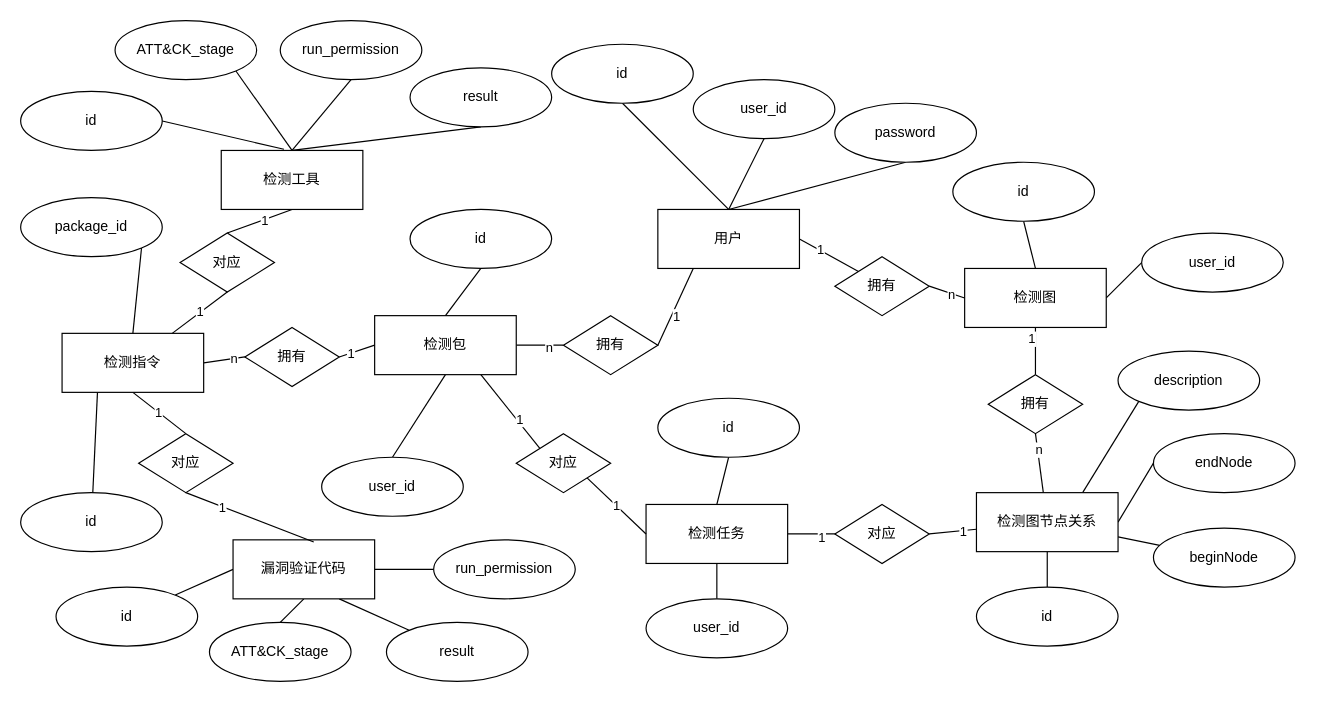
Niujieheng/GitHub_Jul keeps this draw.io diagram as 数据库.drawio. Above is the earlier version. Source tidied: cells renumbered, new cells numbered last; positions are measured from the earlier drawing's top-left corner, leaving out a move shared by most shapes. Both pictures are drawn from the tidied source at 118%, with x=0, y=0 at pixel (20, 20).
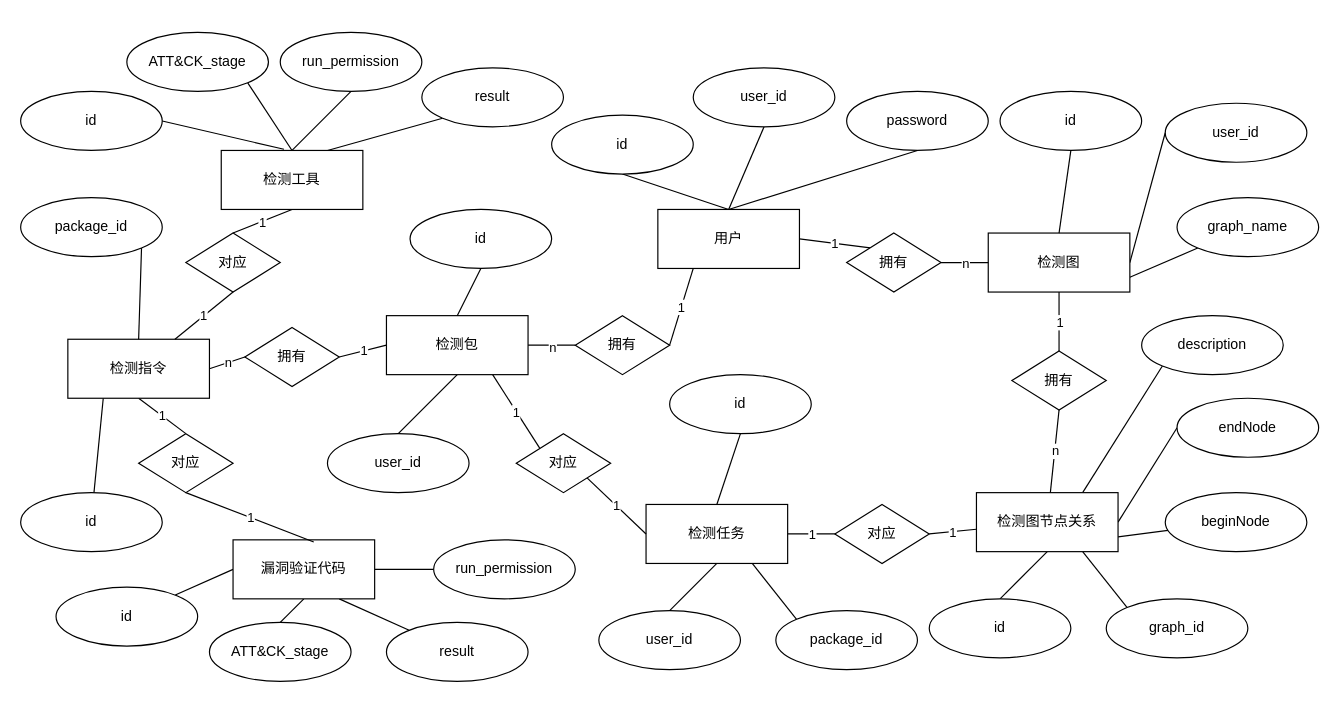
The same diagram, later.

Commit message (it also covers changes not shown here):
更新数据库.drawio

The change refers to these unchanged cells:
```xml
<mxCell id="2" style="edgeStyle=none;shape=connector;rounded=0;jettySize=auto;html=1;exitX=0.5;exitY=1;exitDx=0;exitDy=0;entryX=0.5;entryY=0;entryDx=0;entryDy=0;labelBackgroundColor=default;strokeColor=default;fontFamily=Helvetica;fontSize=11;fontColor=default;endArrow=none;endFill=0;" parent="1" edge="1" source="4" target="78">
  <mxGeometry relative="1" as="geometry" />
</mxCell>
<mxCell id="4" value="检测工具" style="rounded=0;whiteSpace=wrap;html=1;" parent="1" vertex="1">
  <mxGeometry x="170" y="110" width="120" height="50" as="geometry" />
</mxCell>
<mxCell id="6" style="edgeStyle=none;shape=connector;rounded=0;jettySize=auto;html=1;exitX=1;exitY=0.5;exitDx=0;exitDy=0;entryX=0;entryY=0.5;entryDx=0;entryDy=0;labelBackgroundColor=default;strokeColor=default;fontFamily=Helvetica;fontSize=11;fontColor=default;endArrow=none;endFill=0;" parent="1" edge="1" source="9" target="81">
  <mxGeometry relative="1" as="geometry" />
</mxCell>
<mxCell id="16" style="edgeStyle=none;shape=connector;rounded=0;jettySize=auto;html=1;exitX=1;exitY=0.5;exitDx=0;exitDy=0;entryX=0;entryY=0.5;entryDx=0;entryDy=0;labelBackgroundColor=default;strokeColor=default;fontFamily=Helvetica;fontSize=11;fontColor=default;endArrow=none;endFill=0;" parent="1" edge="1" source="20" target="84">
  <mxGeometry relative="1" as="geometry" />
</mxCell>
<mxCell id="18" style="edgeStyle=none;shape=connector;rounded=0;jettySize=auto;html=1;exitX=0.75;exitY=1;exitDx=0;exitDy=0;entryX=0;entryY=0;entryDx=0;entryDy=0;labelBackgroundColor=default;strokeColor=default;fontFamily=Helvetica;fontSize=11;fontColor=default;endArrow=none;endFill=0;" parent="1" edge="1" source="20" target="54">
  <mxGeometry relative="1" as="geometry" />
</mxCell>
<mxCell id="21" style="edgeStyle=none;shape=connector;rounded=0;jettySize=auto;html=1;exitX=1;exitY=0.5;exitDx=0;exitDy=0;entryX=0;entryY=0;entryDx=0;entryDy=0;labelBackgroundColor=default;strokeColor=default;fontFamily=Helvetica;fontSize=11;fontColor=default;endArrow=none;endFill=0;" parent="1" edge="1" source="23" target="63">
  <mxGeometry relative="1" as="geometry" />
</mxCell>
<mxCell id="25" style="edgeStyle=none;shape=connector;rounded=0;jettySize=auto;html=1;exitX=1;exitY=0.5;exitDx=0;exitDy=0;entryX=0;entryY=0.5;entryDx=0;entryDy=0;labelBackgroundColor=default;strokeColor=default;fontFamily=Helvetica;fontSize=11;fontColor=default;endArrow=none;endFill=0;" parent="1" edge="1" source="27" target="87">
  <mxGeometry relative="1" as="geometry" />
</mxCell>
<mxCell id="27" value="检测任务" style="rounded=0;whiteSpace=wrap;html=1;" parent="1" vertex="1">
  <mxGeometry x="530" y="410" width="120" height="50" as="geometry" />
</mxCell>
<mxCell id="32" value="检测图节点关系" style="rounded=0;whiteSpace=wrap;html=1;" parent="1" vertex="1">
  <mxGeometry x="810" y="400" width="120" height="50" as="geometry" />
</mxCell>
<mxCell id="33" style="edgeStyle=none;shape=connector;rounded=0;jettySize=auto;html=1;exitX=0.5;exitY=1;exitDx=0;exitDy=0;entryX=0.5;entryY=0;entryDx=0;entryDy=0;labelBackgroundColor=default;strokeColor=default;fontFamily=Helvetica;fontSize=11;fontColor=default;endArrow=none;endFill=0;" parent="1" edge="1" source="36" target="90">
  <mxGeometry relative="1" as="geometry" />
</mxCell>
<mxCell id="55" style="edgeStyle=none;shape=connector;rounded=0;jettySize=auto;html=1;exitX=0.5;exitY=1;exitDx=0;exitDy=0;entryX=0.57;entryY=0.036;entryDx=0;entryDy=0;entryPerimeter=0;labelBackgroundColor=default;strokeColor=default;fontFamily=Helvetica;fontSize=11;fontColor=default;endArrow=none;endFill=0;" parent="1" edge="1" source="57" target="14">
  <mxGeometry relative="1" as="geometry" />
</mxCell>
<mxCell id="61" style="edgeStyle=none;shape=connector;rounded=0;jettySize=auto;html=1;exitX=1;exitY=0.5;exitDx=0;exitDy=0;entryX=0;entryY=0.5;entryDx=0;entryDy=0;labelBackgroundColor=default;strokeColor=default;fontFamily=Helvetica;fontSize=11;fontColor=default;endArrow=none;endFill=0;" parent="1" edge="1" source="63" target="36">
  <mxGeometry relative="1" as="geometry" />
</mxCell>
<mxCell id="79" style="edgeStyle=none;shape=connector;rounded=0;jettySize=auto;html=1;exitX=1;exitY=0.5;exitDx=0;exitDy=0;entryX=0;entryY=0.5;entryDx=0;entryDy=0;labelBackgroundColor=default;strokeColor=default;fontFamily=Helvetica;fontSize=11;fontColor=default;endArrow=none;endFill=0;" parent="1" edge="1" source="81" target="20">
  <mxGeometry relative="1" as="geometry" />
</mxCell>
<mxCell id="82" style="edgeStyle=none;shape=connector;rounded=0;jettySize=auto;html=1;exitX=1;exitY=0.5;exitDx=0;exitDy=0;entryX=0.25;entryY=1;entryDx=0;entryDy=0;labelBackgroundColor=default;strokeColor=default;fontFamily=Helvetica;fontSize=11;fontColor=default;endArrow=none;endFill=0;" parent="1" edge="1" source="84" target="23">
  <mxGeometry relative="1" as="geometry" />
</mxCell>
<mxCell id="85" style="edgeStyle=none;shape=connector;rounded=0;jettySize=auto;html=1;exitX=1;exitY=0.5;exitDx=0;exitDy=0;labelBackgroundColor=default;strokeColor=default;fontFamily=Helvetica;fontSize=11;fontColor=default;endArrow=none;endFill=0;" parent="1" edge="1" source="87" target="32">
  <mxGeometry relative="1" as="geometry" />
</mxCell>
<mxCell id="88" style="edgeStyle=none;shape=connector;rounded=0;jettySize=auto;html=1;exitX=0.5;exitY=1;exitDx=0;exitDy=0;labelBackgroundColor=default;strokeColor=default;fontFamily=Helvetica;fontSize=11;fontColor=default;endArrow=none;endFill=0;" parent="1" edge="1" source="90" target="32">
  <mxGeometry relative="1" as="geometry" />
</mxCell>
```

The edit, as a diff of the source:
```diff
@@
     <mxCell id="3" value="1" style="edgeLabel;html=1;align=center;verticalAlign=middle;fontSize=11;fontFamily=Helvetica;fontColor=default;" parent="2" vertex="1">
-      <mxGeometry x="-0.13" y="1" relative="1" as="geometry" />
+      <mxGeometry relative="1" as="geometry" />
     </mxCell>
@@
     <mxCell id="7" value="n" style="edgeLabel;html=1;align=center;verticalAlign=middle;fontSize=11;fontFamily=Helvetica;fontColor=default;" parent="6" vertex="1">
-      <mxGeometry x="0.45" relative="1" as="geometry" />
+      <mxGeometry relative="1" as="geometry" />
     </mxCell>
@@
     <mxCell id="9" value="检测指令" style="rounded=0;whiteSpace=wrap;html=1;" parent="1" vertex="1">
-      <mxGeometry x="35.1" y="265" width="120" height="50" as="geometry" />
+      <mxGeometry x="40" y="270" width="120" height="50" as="geometry" />
     </mxCell>
@@
     <mxCell id="17" value="n" style="edgeLabel;html=1;align=center;verticalAlign=middle;fontSize=11;fontFamily=Helvetica;fontColor=default;" parent="16" vertex="1">
-      <mxGeometry x="0.35" relative="1" as="geometry">
+      <mxGeometry relative="1" as="geometry">
         <mxPoint y="1" as="offset" />
       </mxGeometry>
     </mxCell>
@@
     <mxCell id="19" value="1" style="edgeLabel;html=1;align=center;verticalAlign=middle;fontSize=11;fontFamily=Helvetica;fontColor=default;" parent="18" vertex="1">
-      <mxGeometry x="0.24" y="2" relative="1" as="geometry" />
+      <mxGeometry relative="1" as="geometry" />
     </mxCell>
     <mxCell id="20" value="检测包" style="rounded=0;whiteSpace=wrap;html=1;" parent="1" vertex="1">
-      <mxGeometry x="300" y="250" width="120" height="50" as="geometry" />
+      <mxGeometry x="310" y="250" width="120" height="50" as="geometry" />
     </mxCell>
@@
     <mxCell id="22" value="1" style="edgeLabel;html=1;align=center;verticalAlign=middle;fontSize=11;fontFamily=Helvetica;fontColor=default;" parent="21" vertex="1">
-      <mxGeometry x="-0.34" y="1" relative="1" as="geometry" />
+      <mxGeometry relative="1" as="geometry" />
     </mxCell>
@@
     <mxCell id="26" value="1" style="edgeLabel;html=1;align=center;verticalAlign=middle;fontSize=11;fontFamily=Helvetica;fontColor=default;" parent="25" vertex="1">
-      <mxGeometry x="0.38" y="-2" relative="1" as="geometry" />
+      <mxGeometry relative="1" as="geometry" />
     </mxCell>
+    <mxCell id="93" style="edgeStyle=none;shape=connector;rounded=0;jettySize=auto;html=1;exitX=0.75;exitY=1;exitDx=0;exitDy=0;entryX=0;entryY=0;entryDx=0;entryDy=0;labelBackgroundColor=default;strokeColor=default;fontFamily=Helvetica;fontSize=11;fontColor=default;endArrow=none;endFill=0;" parent="1" edge="1" source="27" target="96">
+      <mxGeometry relative="1" as="geometry" />
+    </mxCell>
@@
+    <mxCell id="94" style="edgeStyle=none;shape=connector;rounded=0;jettySize=auto;html=1;exitX=0.75;exitY=1;exitDx=0;exitDy=0;entryX=0;entryY=0;entryDx=0;entryDy=0;labelBackgroundColor=default;strokeColor=default;fontFamily=Helvetica;fontSize=11;fontColor=default;endArrow=none;endFill=0;" parent="1" edge="1" source="32" target="97">
+      <mxGeometry relative="1" as="geometry" />
+    </mxCell>
@@
     <mxCell id="34" value="1" style="edgeLabel;html=1;align=center;verticalAlign=middle;fontSize=11;fontFamily=Helvetica;fontColor=default;" parent="33" vertex="1">
-      <mxGeometry x="-0.55" y="-4" relative="1" as="geometry" />
+      <mxGeometry relative="1" as="geometry" />
     </mxCell>
@@
+    <mxCell id="95" style="edgeStyle=none;shape=connector;rounded=0;jettySize=auto;html=1;exitX=1;exitY=0.75;exitDx=0;exitDy=0;entryX=0;entryY=1;entryDx=0;entryDy=0;labelBackgroundColor=default;strokeColor=default;fontFamily=Helvetica;fontSize=11;fontColor=default;endArrow=none;endFill=0;" parent="1" edge="1" source="36" target="98">
+      <mxGeometry relative="1" as="geometry" />
+    </mxCell>
     <mxCell id="36" value="检测图" style="rounded=0;whiteSpace=wrap;html=1;" parent="1" vertex="1">
-      <mxGeometry x="800" y="210" width="120" height="50" as="geometry" />
+      <mxGeometry x="820" y="180" width="120" height="50" as="geometry" />
     </mxCell>
@@
     <mxCell id="40" value="run_permission" style="ellipse;whiteSpace=wrap;html=1;" parent="1" vertex="1">
-      <mxGeometry x="220" width="120" height="50" as="geometry" />
+      <mxGeometry x="220" y="10" width="120" height="50" as="geometry" />
     </mxCell>
@@
     <mxCell id="42" value="ATT&amp;amp;CK_stage" style="ellipse;whiteSpace=wrap;html=1;" parent="1" vertex="1">
-      <mxGeometry x="80" width="120" height="50" as="geometry" />
+      <mxGeometry x="90" y="10" width="120" height="50" as="geometry" />
     </mxCell>
-    <mxCell id="43" style="edgeStyle=none;shape=connector;rounded=0;jettySize=auto;html=1;exitX=0.5;exitY=1;exitDx=0;exitDy=0;labelBackgroundColor=default;strokeColor=default;fontFamily=Helvetica;fontSize=11;fontColor=default;endArrow=none;endFill=0;entryX=0.5;entryY=0;entryDx=0;entryDy=0;" parent="1" edge="1" source="44" target="4">
+    <mxCell id="43" style="edgeStyle=none;shape=connector;rounded=0;jettySize=auto;html=1;exitX=0;exitY=1;exitDx=0;exitDy=0;entryX=0.75;entryY=0;entryDx=0;entryDy=0;labelBackgroundColor=default;strokeColor=default;fontFamily=Helvetica;fontSize=11;fontColor=default;endArrow=none;endFill=0;" parent="1" edge="1" source="44" target="4">
       <mxGeometry relative="1" as="geometry" />
     </mxCell>
     <mxCell id="44" value="result" style="ellipse;whiteSpace=wrap;html=1;" parent="1" vertex="1">
-      <mxGeometry x="330" y="40" width="120" height="50" as="geometry" />
+      <mxGeometry x="340" y="40" width="120" height="50" as="geometry" />
     </mxCell>
@@
     <mxCell id="56" value="1" style="edgeLabel;html=1;align=center;verticalAlign=middle;fontSize=11;fontFamily=Helvetica;fontColor=default;" parent="55" vertex="1">
-      <mxGeometry x="-0.44" y="-1" relative="1" as="geometry" />
+      <mxGeometry relative="1" as="geometry" />
     </mxCell>
@@
     <mxCell id="59" value="id" style="ellipse;whiteSpace=wrap;html=1;" parent="1" vertex="1">
-      <mxGeometry x="540" y="320" width="120" height="50" as="geometry" />
+      <mxGeometry x="550" y="300" width="120" height="50" as="geometry" />
     </mxCell>
@@
     <mxCell id="62" value="n" style="edgeLabel;html=1;align=center;verticalAlign=middle;fontSize=11;fontFamily=Helvetica;fontColor=default;" parent="61" vertex="1">
-      <mxGeometry x="0.26" relative="1" as="geometry" />
+      <mxGeometry relative="1" as="geometry" />
     </mxCell>
     <mxCell id="63" value="拥有" style="rhombus;whiteSpace=wrap;html=1;" parent="1" vertex="1">
-      <mxGeometry x="690" y="200" width="80" height="50" as="geometry" />
+      <mxGeometry x="700" y="180" width="80" height="50" as="geometry" />
     </mxCell>
@@
     <mxCell id="65" value="user_id" style="ellipse;whiteSpace=wrap;html=1;" parent="1" vertex="1">
-      <mxGeometry x="570" y="50" width="120" height="50" as="geometry" />
+      <mxGeometry x="570" y="40" width="120" height="50" as="geometry" />
     </mxCell>
     <mxCell id="66" value="user_id" style="ellipse;whiteSpace=wrap;html=1;" parent="1" vertex="1">
-      <mxGeometry x="255.1" y="370" width="120" height="50" as="geometry" />
+      <mxGeometry x="260" y="350" width="120" height="50" as="geometry" />
     </mxCell>
@@
     <mxCell id="68" value="password" style="ellipse;whiteSpace=wrap;html=1;" parent="1" vertex="1">
-      <mxGeometry x="690" y="70" width="120" height="50" as="geometry" />
+      <mxGeometry x="700" y="60" width="120" height="50" as="geometry" />
     </mxCell>
     <mxCell id="69" value="user_id" style="ellipse;whiteSpace=wrap;html=1;" parent="1" vertex="1">
-      <mxGeometry x="530" y="490" width="120" height="50" as="geometry" />
+      <mxGeometry x="490" y="500" width="120" height="50" as="geometry" />
     </mxCell>
@@
     <mxCell id="71" value="id" style="ellipse;whiteSpace=wrap;html=1;" parent="1" vertex="1">
-      <mxGeometry x="450" y="20" width="120" height="50" as="geometry" />
+      <mxGeometry x="450" y="80" width="120" height="50" as="geometry" />
     </mxCell>
     <mxCell id="72" value="description" style="ellipse;whiteSpace=wrap;html=1;" parent="1" vertex="1">
-      <mxGeometry x="930" y="280" width="120" height="50" as="geometry" />
+      <mxGeometry x="950" y="250" width="120" height="50" as="geometry" />
     </mxCell>
@@
     <mxCell id="74" value="id" style="ellipse;whiteSpace=wrap;html=1;" parent="1" vertex="1">
-      <mxGeometry x="790" y="120" width="120" height="50" as="geometry" />
+      <mxGeometry x="830" y="60" width="120" height="50" as="geometry" />
     </mxCell>
     <mxCell id="75" value="endNode" style="ellipse;whiteSpace=wrap;html=1;" parent="1" vertex="1">
-      <mxGeometry x="960" y="350" width="120" height="50" as="geometry" />
+      <mxGeometry x="980" y="320" width="120" height="50" as="geometry" />
     </mxCell>
     <mxCell id="76" value="beginNode" style="ellipse;whiteSpace=wrap;html=1;" parent="1" vertex="1">
-      <mxGeometry x="960" y="430" width="120" height="50" as="geometry" />
+      <mxGeometry x="970" y="400" width="120" height="50" as="geometry" />
     </mxCell>
@@
     <mxCell id="78" value="对应" style="rhombus;whiteSpace=wrap;html=1;" parent="1" vertex="1">
-      <mxGeometry x="135.1" y="180" width="80" height="50" as="geometry" />
+      <mxGeometry x="140" y="180" width="80" height="50" as="geometry" />
     </mxCell>
@@
     <mxCell id="80" value="1" style="edgeLabel;html=1;align=center;verticalAlign=middle;fontSize=11;fontFamily=Helvetica;fontColor=default;" parent="79" vertex="1">
-      <mxGeometry x="-0.37" relative="1" as="geometry" />
+      <mxGeometry relative="1" as="geometry" />
     </mxCell>
@@
     <mxCell id="83" value="1" style="edgeLabel;html=1;align=center;verticalAlign=middle;fontSize=11;fontFamily=Helvetica;fontColor=default;" parent="82" vertex="1">
-      <mxGeometry x="-0.2" y="-4" relative="1" as="geometry" />
+      <mxGeometry relative="1" as="geometry" />
     </mxCell>
     <mxCell id="84" value="拥有" style="rhombus;whiteSpace=wrap;html=1;" parent="1" vertex="1">
-      <mxGeometry x="460" y="250" width="80" height="50" as="geometry" />
+      <mxGeometry x="470" y="250" width="80" height="50" as="geometry" />
     </mxCell>
@@
     <mxCell id="86" value="1" style="edgeLabel;html=1;align=center;verticalAlign=middle;fontSize=11;fontFamily=Helvetica;fontColor=default;" parent="85" vertex="1">
-      <mxGeometry x="0.42" relative="1" as="geometry" />
+      <mxGeometry relative="1" as="geometry" />
     </mxCell>
@@
     <mxCell id="89" value="n" style="edgeLabel;html=1;align=center;verticalAlign=middle;fontSize=11;fontFamily=Helvetica;fontColor=default;" parent="88" vertex="1">
-      <mxGeometry x="-0.44" y="1" relative="1" as="geometry" />
+      <mxGeometry relative="1" as="geometry" />
     </mxCell>
     <mxCell id="90" value="拥有" style="rhombus;whiteSpace=wrap;html=1;" parent="1" vertex="1">
-      <mxGeometry x="820" y="300" width="80" height="50" as="geometry" />
+      <mxGeometry x="840" y="280" width="80" height="50" as="geometry" />
     </mxCell>
     <mxCell id="91" value="user_id" style="ellipse;whiteSpace=wrap;html=1;" parent="1" vertex="1">
-      <mxGeometry x="950" y="180" width="120" height="50" as="geometry" />
+      <mxGeometry x="970" y="70" width="120" height="50" as="geometry" />
     </mxCell>
     <mxCell id="92" value="id" style="ellipse;whiteSpace=wrap;html=1;" parent="1" vertex="1">
-      <mxGeometry x="810" y="480" width="120" height="50" as="geometry" />
+      <mxGeometry x="770" y="490" width="120" height="50" as="geometry" />
     </mxCell>
+    <mxCell id="96" value="package_id" style="ellipse;whiteSpace=wrap;html=1;" parent="1" vertex="1">
+      <mxGeometry x="640" y="500" width="120" height="50" as="geometry" />
+    </mxCell>
+    <mxCell id="97" value="graph_id" style="ellipse;whiteSpace=wrap;html=1;" parent="1" vertex="1">
+      <mxGeometry x="920" y="490" width="120" height="50" as="geometry" />
+    </mxCell>
+    <mxCell id="98" value="&lt;p class=&quot;MsoNormal&quot;&gt;graph_name&lt;/p&gt;" style="ellipse;whiteSpace=wrap;html=1;" parent="1" vertex="1">
+      <mxGeometry x="980" y="150" width="120" height="50" as="geometry" />
+    </mxCell>
```
